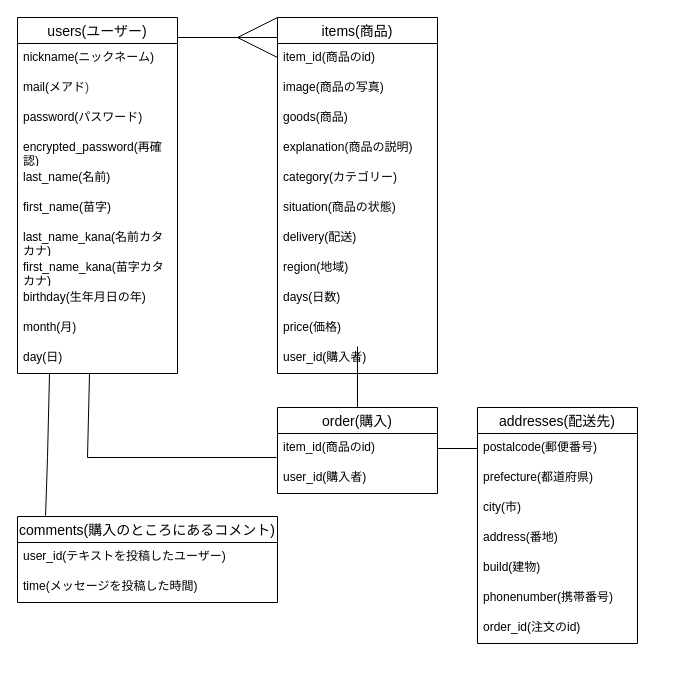
Above: test.dio in naa4263/furima-46714 (draw.io), before the change. Source tidied: cells renumbered, new cells numbered last; positions are measured from the earlier drawing's top-left corner, leaving out a move shared by most shapes. Both pictures are drawn from the tidied source at 100%, with x=0, y=0 at pixel (17, 17).
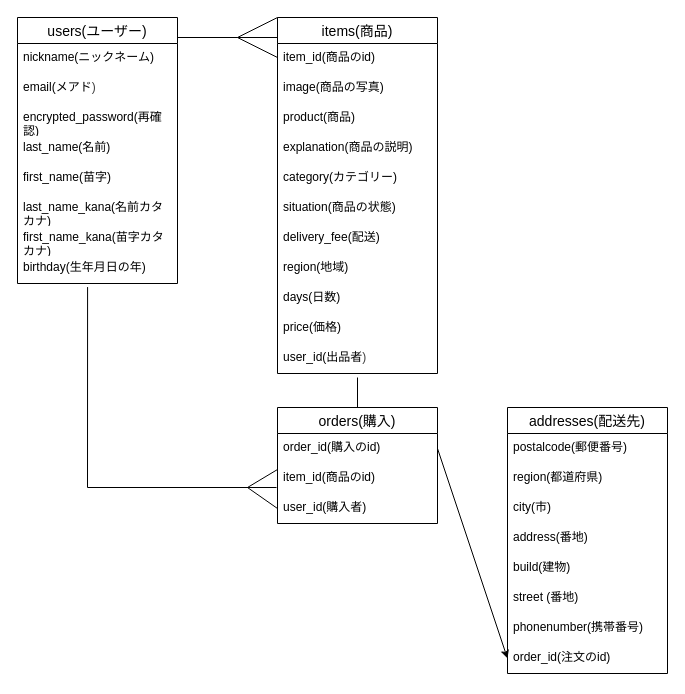
The same diagram, later.

The change refers to these unchanged cells:
```xml
<mxCell id="14" value="items(商品)" style="swimlane;fontStyle=0;horizontal=1;startSize=26;align=center;fontSize=14;" parent="1" vertex="1">
  <mxGeometry x="260" width="160" height="356" as="geometry" />
</mxCell>
<mxCell id="24" value="&lt;span style=&quot;color: rgb(0, 0, 0);&quot;&gt;price(価格)&lt;/span&gt;" style="text;strokeColor=none;fillColor=none;spacingLeft=4;spacingRight=4;overflow=hidden;points=[[0,0.5],[1,0.5]];portConstraint=eastwest;fontSize=12;whiteSpace=wrap;html=1;" parent="14" vertex="1">
  <mxGeometry y="296" width="160" height="30" as="geometry" />
</mxCell>
<mxCell id="30" value="&lt;span style=&quot;color: rgb(0, 0, 0);&quot;&gt;postalcode(郵便番号)&lt;/span&gt;" style="text;strokeColor=none;fillColor=none;spacingLeft=4;spacingRight=4;overflow=hidden;points=[[0,0.5],[1,0.5]];portConstraint=eastwest;fontSize=12;whiteSpace=wrap;html=1;" parent="29" vertex="1">
  <mxGeometry y="26" width="160" height="30" as="geometry" />
</mxCell>
```

Diff of the diagram source:
```diff
@@
     <mxCell id="2" value="users(ユーザー)" style="swimlane;fontStyle=0;horizontal=1;startSize=26;align=center;fontSize=14;" parent="1" vertex="1">
-      <mxGeometry width="160" height="356" as="geometry" />
+      <mxGeometry width="160" height="266" as="geometry" />
     </mxCell>
@@
-    <mxCell id="4" value="mail(メアド&lt;span style=&quot;color: rgb(63, 63, 63); background-color: transparent;&quot;&gt;)&lt;/span&gt;" style="text;strokeColor=none;fillColor=none;spacingLeft=4;spacingRight=4;overflow=hidden;fontSize=12;whiteSpace=wrap;html=1;" parent="2" vertex="1">
+    <mxCell id="4" value="email(メアド&lt;span style=&quot;color: rgb(63, 63, 63); background-color: transparent;&quot;&gt;)&lt;/span&gt;" style="text;strokeColor=none;fillColor=none;spacingLeft=4;spacingRight=4;overflow=hidden;fontSize=12;whiteSpace=wrap;html=1;" parent="2" vertex="1">
       <mxGeometry y="56" width="160" height="30" as="geometry" />
     </mxCell>
-    <mxCell id="5" value="password(パスワード)&lt;div&gt;&lt;br&gt;&lt;/div&gt;" style="text;strokeColor=none;fillColor=none;spacingLeft=4;spacingRight=4;overflow=hidden;fontSize=12;whiteSpace=wrap;html=1;" parent="2" vertex="1">
-      <mxGeometry y="86" width="160" height="30" as="geometry" />
-    </mxCell>
     <mxCell id="6" value="&lt;span style=&quot;color: rgb(0, 0, 0);&quot;&gt;encrypted_password(再確認)&lt;/span&gt;&lt;div&gt;&lt;span style=&quot;color: rgb(0, 0, 0);&quot;&gt;&lt;br&gt;&lt;/span&gt;&lt;/div&gt;" style="text;strokeColor=none;fillColor=none;spacingLeft=4;spacingRight=4;overflow=hidden;fontSize=12;whiteSpace=wrap;html=1;" parent="2" vertex="1">
-      <mxGeometry y="116" width="160" height="30" as="geometry" />
+      <mxGeometry y="86" width="160" height="30" as="geometry" />
     </mxCell>
     <mxCell id="7" value="&lt;span style=&quot;color: rgb(0, 0, 0);&quot;&gt;last_name(名前)&lt;/span&gt;" style="text;strokeColor=none;fillColor=none;spacingLeft=4;spacingRight=4;overflow=hidden;fontSize=12;whiteSpace=wrap;html=1;" parent="2" vertex="1">
-      <mxGeometry y="146" width="160" height="30" as="geometry" />
+      <mxGeometry y="116" width="160" height="30" as="geometry" />
     </mxCell>
     <mxCell id="8" value="&lt;span style=&quot;color: rgb(0, 0, 0);&quot;&gt;first_name(苗字)&lt;/span&gt;" style="text;strokeColor=none;fillColor=none;spacingLeft=4;spacingRight=4;overflow=hidden;fontSize=12;whiteSpace=wrap;html=1;" parent="2" vertex="1">
-      <mxGeometry y="176" width="160" height="30" as="geometry" />
+      <mxGeometry y="146" width="160" height="30" as="geometry" />
     </mxCell>
     <mxCell id="9" value="&lt;span style=&quot;color: rgb(0, 0, 0);&quot;&gt;last_name_kana(名前カタカナ)&lt;/span&gt;" style="text;strokeColor=none;fillColor=none;spacingLeft=4;spacingRight=4;overflow=hidden;fontSize=12;whiteSpace=wrap;html=1;" parent="2" vertex="1">
-      <mxGeometry y="206" width="160" height="30" as="geometry" />
+      <mxGeometry y="176" width="160" height="30" as="geometry" />
     </mxCell>
     <mxCell id="10" value="&lt;span style=&quot;color: rgb(0, 0, 0);&quot;&gt;first_name_kana(苗字カタカナ)&lt;/span&gt;" style="text;strokeColor=none;fillColor=none;spacingLeft=4;spacingRight=4;overflow=hidden;fontSize=12;whiteSpace=wrap;html=1;" parent="2" vertex="1">
-      <mxGeometry y="236" width="160" height="30" as="geometry" />
+      <mxGeometry y="206" width="160" height="30" as="geometry" />
     </mxCell>
     <mxCell id="11" value="&lt;span style=&quot;color: rgb(0, 0, 0);&quot;&gt;birthday(生年月日の年)&lt;/span&gt;" style="text;strokeColor=none;fillColor=none;spacingLeft=4;spacingRight=4;overflow=hidden;points=[[0,0.5],[1,0.5]];portConstraint=eastwest;fontSize=12;whiteSpace=wrap;html=1;" parent="2" vertex="1">
-      <mxGeometry y="266" width="160" height="30" as="geometry" />
+      <mxGeometry y="236" width="160" height="30" as="geometry" />
     </mxCell>
-    <mxCell id="12" value="&lt;span style=&quot;color: rgb(0, 0, 0);&quot;&gt;month(月)&lt;/span&gt;" style="text;strokeColor=none;fillColor=none;spacingLeft=4;spacingRight=4;overflow=hidden;fontSize=12;whiteSpace=wrap;html=1;" parent="2" vertex="1">
-      <mxGeometry y="296" width="160" height="30" as="geometry" />
-    </mxCell>
-    <mxCell id="13" value="&lt;span style=&quot;color: rgb(0, 0, 0);&quot;&gt;day(日)&lt;/span&gt;" style="text;strokeColor=none;fillColor=none;spacingLeft=4;spacingRight=4;overflow=hidden;points=[[0,0.5],[1,0.5]];portConstraint=eastwest;fontSize=12;whiteSpace=wrap;html=1;" parent="2" vertex="1">
-      <mxGeometry y="326" width="160" height="30" as="geometry" />
-    </mxCell>
@@
-    <mxCell id="17" value="goods(商品)" style="text;strokeColor=none;fillColor=none;spacingLeft=4;spacingRight=4;overflow=hidden;fontSize=12;whiteSpace=wrap;html=1;" parent="14" vertex="1">
+    <mxCell id="17" value="product(商品)" style="text;strokeColor=none;fillColor=none;spacingLeft=4;spacingRight=4;overflow=hidden;fontSize=12;whiteSpace=wrap;html=1;" parent="14" vertex="1">
       <mxGeometry y="86" width="160" height="30" as="geometry" />
     </mxCell>
@@
-    <mxCell id="21" value="&lt;span style=&quot;color: rgb(0, 0, 0);&quot;&gt;delivery(配送)&lt;/span&gt;" style="text;strokeColor=none;fillColor=none;spacingLeft=4;spacingRight=4;overflow=hidden;fontSize=12;whiteSpace=wrap;html=1;" parent="14" vertex="1">
+    <mxCell id="21" value="&lt;span style=&quot;color: rgb(0, 0, 0);&quot;&gt;delivery_fee(配送)&lt;/span&gt;" style="text;strokeColor=none;fillColor=none;spacingLeft=4;spacingRight=4;overflow=hidden;fontSize=12;whiteSpace=wrap;html=1;" parent="14" vertex="1">
       <mxGeometry y="206" width="160" height="30" as="geometry" />
     </mxCell>
@@
-    <mxCell id="25" value="user_id(購入者)" style="text;strokeColor=none;fillColor=none;spacingLeft=4;spacingRight=4;overflow=hidden;fontSize=12;whiteSpace=wrap;html=1;" parent="14" vertex="1">
-      <mxGeometry y="326" width="160" height="30" as="geometry" />
-    </mxCell>
+    <mxCell id="48" value="user_id(出品者&lt;span style=&quot;color: rgb(63, 63, 63); background-color: transparent;&quot;&gt;)&lt;/span&gt;" style="text;strokeColor=none;fillColor=none;spacingLeft=4;spacingRight=4;overflow=hidden;fontSize=12;whiteSpace=wrap;html=1;" parent="14" vertex="1">
+      <mxGeometry y="326" width="160" height="30" as="geometry" />
+    </mxCell>
-    <mxCell id="26" value="order(購入)" style="swimlane;fontStyle=0;horizontal=1;startSize=26;align=center;fontSize=14;" parent="1" vertex="1">
-      <mxGeometry x="260" y="390" width="160" height="86" as="geometry" />
+    <mxCell id="26" value="orders(購入)" style="swimlane;fontStyle=0;horizontal=1;startSize=26;align=center;fontSize=14;" parent="1" vertex="1">
+      <mxGeometry x="260" y="390" width="160" height="116" as="geometry" />
     </mxCell>
+    <mxCell id="49" value="order_id(購入のid)" style="text;strokeColor=none;fillColor=none;spacingLeft=4;spacingRight=4;overflow=hidden;points=[[0,0.5],[1,0.5]];portConstraint=eastwest;fontSize=12;whiteSpace=wrap;html=1;" parent="26" vertex="1">
+      <mxGeometry y="26" width="160" height="30" as="geometry" />
+    </mxCell>
     <mxCell id="27" value="item_id(商品のid)" style="text;strokeColor=none;fillColor=none;spacingLeft=4;spacingRight=4;overflow=hidden;points=[[0,0.5],[1,0.5]];portConstraint=eastwest;fontSize=12;whiteSpace=wrap;html=1;" parent="26" vertex="1">
-      <mxGeometry y="26" width="160" height="30" as="geometry" />
+      <mxGeometry y="56" width="160" height="30" as="geometry" />
     </mxCell>
     <mxCell id="28" value="user_id(購入者)" style="text;strokeColor=none;fillColor=none;spacingLeft=4;spacingRight=4;overflow=hidden;points=[[0,0.5],[1,0.5]];portConstraint=eastwest;fontSize=12;whiteSpace=wrap;html=1;" parent="26" vertex="1">
-      <mxGeometry y="56" width="160" height="30" as="geometry" />
+      <mxGeometry y="86" width="160" height="30" as="geometry" />
     </mxCell>
     <mxCell id="29" value="addresses(配送先)" style="swimlane;fontStyle=0;horizontal=1;startSize=26;align=center;fontSize=14;" parent="1" vertex="1">
-      <mxGeometry x="460" y="390" width="160" height="236" as="geometry" />
+      <mxGeometry x="490" y="390" width="160" height="266" as="geometry" />
     </mxCell>
@@
-    <mxCell id="31" value="&lt;span style=&quot;color: rgb(0, 0, 0);&quot;&gt;prefecture(都道府県)&lt;/span&gt;" style="text;strokeColor=none;fillColor=none;spacingLeft=4;spacingRight=4;overflow=hidden;fontSize=12;whiteSpace=wrap;html=1;" parent="29" vertex="1">
+    <mxCell id="31" value="&lt;span style=&quot;color: rgb(0, 0, 0);&quot;&gt;region(都道府県)&lt;/span&gt;" style="text;strokeColor=none;fillColor=none;spacingLeft=4;spacingRight=4;overflow=hidden;fontSize=12;whiteSpace=wrap;html=1;" parent="29" vertex="1">
       <mxGeometry y="56" width="160" height="30" as="geometry" />
     </mxCell>
@@
+    <mxCell id="50" value="street (番地)" style="text;strokeColor=none;fillColor=none;spacingLeft=4;spacingRight=4;overflow=hidden;fontSize=12;whiteSpace=wrap;html=1;" parent="29" vertex="1">
+      <mxGeometry y="176" width="160" height="30" as="geometry" />
+    </mxCell>
     <mxCell id="35" value="&lt;span style=&quot;color: rgb(0, 0, 0);&quot;&gt;phonenumber(携帯番号)&lt;/span&gt;" style="text;strokeColor=none;fillColor=none;spacingLeft=4;spacingRight=4;overflow=hidden;fontSize=12;whiteSpace=wrap;html=1;" parent="29" vertex="1">
-      <mxGeometry y="176" width="160" height="30" as="geometry" />
+      <mxGeometry y="206" width="160" height="30" as="geometry" />
     </mxCell>
     <mxCell id="36" value="order_id(注文のid)" style="text;strokeColor=none;fillColor=none;spacingLeft=4;spacingRight=4;overflow=hidden;points=[[0,0.5],[1,0.5]];portConstraint=eastwest;fontSize=12;whiteSpace=wrap;html=1;" parent="29" vertex="1">
-      <mxGeometry y="206" width="160" height="30" as="geometry" />
+      <mxGeometry y="236" width="160" height="30" as="geometry" />
     </mxCell>
@@
-    <mxCell id="41" style="endArrow=none;html=1;rounded=0;entryX=0.5;entryY=1.1;entryDx=0;entryDy=0;entryPerimeter=0;exitX=0.5;exitY=0;exitDx=0;exitDy=0;" parent="1" edge="1" source="26" target="24">
-      <mxGeometry relative="1" as="geometry" />
+    <mxCell id="41" style="endArrow=none;html=1;rounded=0;exitX=0.5;exitY=0;exitDx=0;exitDy=0;" parent="1" edge="1" source="26">
+      <mxGeometry relative="1" as="geometry">
+        <mxPoint x="340" y="360" as="targetPoint" />
+      </mxGeometry>
     </mxCell>
-    <mxCell id="42" style="endArrow=none;html=1;rounded=0;entryX=1;entryY=0.5;entryDx=0;entryDy=0;exitX=0;exitY=0.5;exitDx=0;exitDy=0;" parent="1" edge="1" source="30" target="27">
-      <mxGeometry relative="1" as="geometry" />
-    </mxCell>
-    <mxCell id="43" style="endArrow=none;html=1;rounded=0;entryX=0.45;entryY=1;entryDx=0;entryDy=0;entryPerimeter=0;exitX=-0.006;exitY=0.8;exitDx=0;exitDy=0;exitPerimeter=0;" parent="1" edge="1" source="27" target="13">
+    <mxCell id="43" style="endArrow=none;html=1;rounded=0;entryX=0.438;entryY=1.119;entryDx=0;entryDy=0;entryPerimeter=0;exitX=-0.006;exitY=0.8;exitDx=0;exitDy=0;exitPerimeter=0;" parent="1" edge="1" source="27" target="11">
       <mxGeometry relative="1" as="geometry">
         <Array as="points">
-          <mxPoint x="70" y="440" />
+          <mxPoint x="70" y="470" />
         </Array>
       </mxGeometry>
     </mxCell>
-    <mxCell id="44" value="comments(購入のところにあるコメント)" style="swimlane;fontStyle=0;horizontal=1;startSize=26;align=center;fontSize=14;" parent="1" vertex="1">
-      <mxGeometry y="499" width="260" height="86" as="geometry" />
-    </mxCell>
-    <mxCell id="45" value="user_id(テキストを投稿したユーザー)" style="text;strokeColor=none;fillColor=none;spacingLeft=4;spacingRight=4;overflow=hidden;fontSize=12;whiteSpace=wrap;html=1;" parent="44" vertex="1">
-      <mxGeometry y="26" width="260" height="30" as="geometry" />
-    </mxCell>
-    <mxCell id="46" value="time(メッセージを投稿した時間)" style="text;strokeColor=none;fillColor=none;spacingLeft=4;spacingRight=4;overflow=hidden;fontSize=12;whiteSpace=wrap;html=1;" parent="44" vertex="1">
-      <mxGeometry y="56" width="260" height="30" as="geometry" />
-    </mxCell>
-    <mxCell id="47" style="endArrow=none;html=1;rounded=0;entryX=0.45;entryY=1;entryDx=0;entryDy=0;entryPerimeter=0;exitX=0.108;exitY=-0.01;exitDx=0;exitDy=0;exitPerimeter=0;" parent="1" edge="1" source="44">
-      <mxGeometry relative="1" as="geometry">
-        <mxPoint x="32" y="356" as="targetPoint" />
-        <Array as="points">
-          <mxPoint x="30" y="440" />
-        </Array>
-      </mxGeometry>
-    </mxCell>
+    <mxCell id="51" style="edgeStyle=none;html=1;exitX=1;exitY=0.5;exitDx=0;exitDy=0;entryX=0;entryY=0.5;entryDx=0;entryDy=0;" parent="1" edge="1" source="49" target="36">
+      <mxGeometry relative="1" as="geometry" />
+    </mxCell>
+    <mxCell id="52" style="endArrow=none;html=1;rounded=0;" parent="1" edge="1">
+      <mxGeometry relative="1" as="geometry">
+        <mxPoint x="260" y="452" as="sourcePoint" />
+        <mxPoint x="230" y="470" as="targetPoint" />
+      </mxGeometry>
+    </mxCell>
+    <mxCell id="53" style="endArrow=none;html=1;rounded=0;entryX=0;entryY=0.5;entryDx=0;entryDy=0;" parent="1" edge="1" target="28">
+      <mxGeometry relative="1" as="geometry">
+        <mxPoint x="230" y="470" as="sourcePoint" />
+      </mxGeometry>
+    </mxCell>
```
